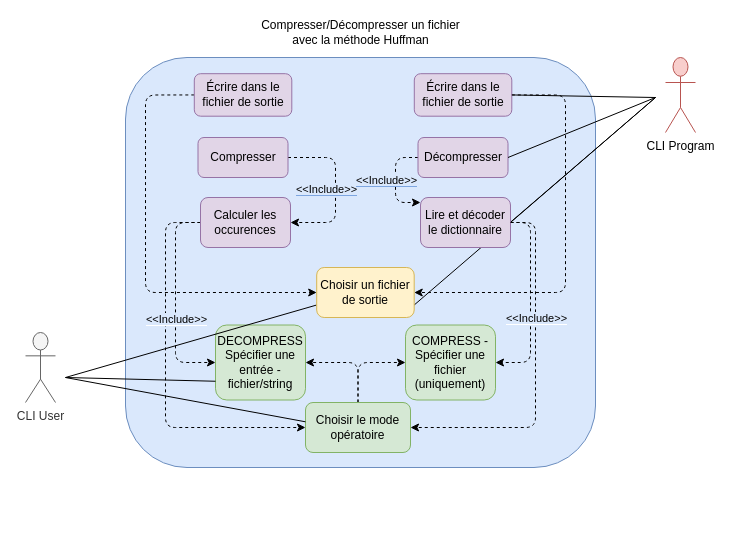
Earlier version of the draw.io diagram page "Diagramme de cas d'utilisation" (1 of 2) of Diagramme sans nom.drawio (LcsH0s/GC-Project). Source tidied: cells renumbered, new cells numbered last; positions are measured from the earlier drawing's top-left corner, leaving out a move shared by most shapes. Both pictures are drawn from the tidied source at 100%, with x=0, y=0 at pixel (25, 17).
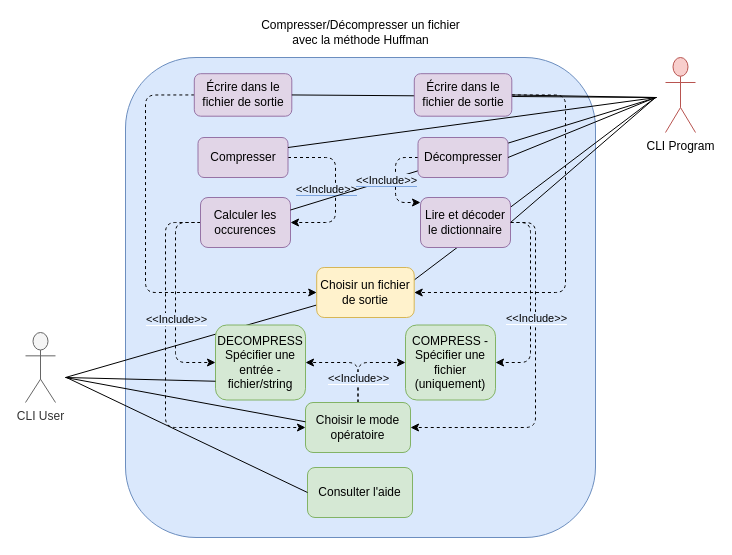
The same page after the edit.

Unchanged cells that the change refers to:
```xml
<mxCell id="15" value="Compresser" style="rounded=1;whiteSpace=wrap;html=1;fillColor=#e1d5e7;strokeColor=#9673a6;" parent="1" vertex="1">
  <mxGeometry x="172.5" y="120" width="90" height="40" as="geometry" />
</mxCell>
<mxCell id="19" value="Calculer les occurences" style="rounded=1;whiteSpace=wrap;html=1;fillColor=#e1d5e7;strokeColor=#9673a6;" parent="1" vertex="1">
  <mxGeometry x="175" y="180" width="90" height="50" as="geometry" />
</mxCell>
<mxCell id="20" value="Écrire dans le fichier de sortie" style="rounded=1;whiteSpace=wrap;html=1;fillColor=#e1d5e7;strokeColor=#9673a6;" parent="1" vertex="1">
  <mxGeometry x="168.8" y="56.2" width="97.5" height="42.5" as="geometry" />
</mxCell>
<mxCell id="36" value="Choisir un fichier de sortie" style="rounded=1;whiteSpace=wrap;html=1;fillColor=#fff2cc;strokeColor=#d6b656;" parent="1" vertex="1">
  <mxGeometry x="291.2" y="250" width="97.5" height="50" as="geometry" />
</mxCell>
```

Change to the diagram source:
```diff
@@
     <mxCell id="2" style="rounded=1;whiteSpace=wrap;html=1;fillColor=#dae8fc;strokeColor=#6c8ebf;" parent="1" vertex="1">
-      <mxGeometry x="100" y="40" width="470" height="410" as="geometry" />
+      <mxGeometry x="100" y="40" width="470" height="480" as="geometry" />
     </mxCell>
+    <mxCell id="12" style="endArrow=none;html=1;rounded=0;entryX=0;entryY=0.75;entryDx=0;entryDy=0;" parent="1" edge="1" target="36">
+      <mxGeometry relative="1" as="geometry">
+        <mxPoint x="40" y="360" as="sourcePoint" />
+      </mxGeometry>
+    </mxCell>
@@
-    <mxCell id="12" style="endArrow=none;html=1;rounded=0;entryX=0;entryY=0.75;entryDx=0;entryDy=0;" parent="1" edge="1" target="36">
-      <mxGeometry relative="1" as="geometry">
-        <mxPoint x="40" y="360" as="sourcePoint" />
-      </mxGeometry>
-    </mxCell>
@@
+    <mxCell id="37" style="endArrow=none;html=1;rounded=0;entryX=1;entryY=0.25;entryDx=0;entryDy=0;" parent="1" edge="1" target="19">
+      <mxGeometry relative="1" as="geometry">
+        <mxPoint x="631" y="80" as="sourcePoint" />
+      </mxGeometry>
+    </mxCell>
-    <mxCell id="23" style="endArrow=none;html=1;rounded=0;entryX=1;entryY=0.75;entryDx=0;entryDy=0;" parent="1" edge="1" target="36">
+    <mxCell id="23" style="endArrow=none;html=1;rounded=0;entryX=1;entryY=0.25;entryDx=0;entryDy=0;" parent="1" edge="1" target="36">
       <mxGeometry relative="1" as="geometry">
         <mxPoint x="630" y="80" as="sourcePoint" />
       </mxGeometry>
     </mxCell>
@@
+    <mxCell id="38" style="endArrow=none;html=1;rounded=0;entryX=1;entryY=0.5;entryDx=0;entryDy=0;" parent="1" edge="1" target="20">
+      <mxGeometry relative="1" as="geometry">
+        <mxPoint x="631" y="80" as="sourcePoint" />
+      </mxGeometry>
+    </mxCell>
@@
+    <mxCell id="39" value="Consulter l'aide" style="rounded=1;whiteSpace=wrap;html=1;fillColor=#d5e8d4;strokeColor=#82b366;" parent="1" vertex="1">
+      <mxGeometry x="282" y="450" width="105" height="50" as="geometry" />
+    </mxCell>
+    <mxCell id="40" style="endArrow=none;html=1;rounded=0;entryX=0;entryY=0.5;entryDx=0;entryDy=0;" parent="1" edge="1" target="39">
+      <mxGeometry relative="1" as="geometry">
+        <mxPoint x="41" y="360" as="sourcePoint" />
+      </mxGeometry>
+    </mxCell>
+    <mxCell id="41" style="endArrow=none;html=1;rounded=0;entryX=1;entryY=0.25;entryDx=0;entryDy=0;" parent="1" edge="1" target="15">
+      <mxGeometry relative="1" as="geometry">
+        <mxPoint x="631" y="80" as="sourcePoint" />
+      </mxGeometry>
+    </mxCell>
+    <mxCell id="42" value="&lt;span style=&quot;background-color: rgb(218, 232, 252);&quot;&gt;&amp;lt;&amp;lt;Include&amp;gt;&amp;gt;&lt;/span&gt;" style="edgeLabel;html=1;align=center;verticalAlign=middle;fontColor=#000000;" parent="1" vertex="1">
+      <mxGeometry x="332.5" y="360" as="geometry" />
+    </mxCell>
```
